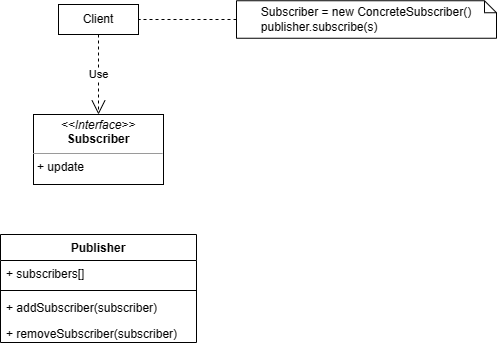
MurilowJr/bertoti keeps this draw.io diagram as padroes-de-projetos/ObserverUml.png. Above is the earlier version. Source tidied: cells renumbered, new cells last; positions are measured from the earlier drawing's top-left corner, leaving out a move shared by most shapes.
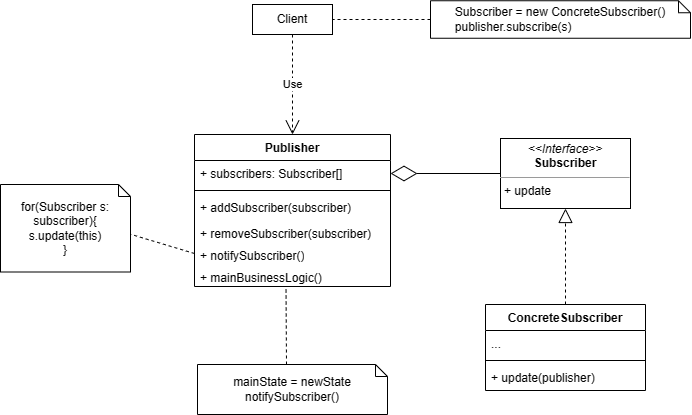
Above is the later version.

Diff of the diagram source:
```diff
@@ -3,9 +3,9 @@
     <mxCell id="0" />
     <mxCell id="1" parent="0" />
     <mxCell id="2" value="Publisher" style="swimlane;fontStyle=1;align=center;verticalAlign=top;horizontal=1;startSize=26;whiteSpace=wrap;html=1;swimlaneFillColor=default;" parent="1" vertex="1">
-      <mxGeometry y="234" width="196" height="108" as="geometry" />
+      <mxGeometry y="134" width="196" height="152" as="geometry" />
     </mxCell>
-    <mxCell id="3" value="+ subscribers[]" style="text;align=left;verticalAlign=top;spacingLeft=4;spacingRight=4;overflow=hidden;points=[[0,0.5],[1,0.5]];portConstraint=eastwest;whiteSpace=wrap;html=1;swimlaneFillColor=default;" parent="2" vertex="1">
+    <mxCell id="3" value="+ subscribers: Subscriber[]" style="text;align=left;verticalAlign=top;spacingLeft=4;spacingRight=4;overflow=hidden;points=[[0,0.5],[1,0.5]];portConstraint=eastwest;whiteSpace=wrap;html=1;swimlaneFillColor=default;" parent="2" vertex="1">
       <mxGeometry y="26" width="196" height="26" as="geometry" />
     </mxCell>
     <mxCell id="4" style="line;strokeWidth=1;align=left;verticalAlign=middle;spacingTop=-1;spacingLeft=3;spacingRight=3;labelPosition=right;swimlaneFillColor=default;" parent="2" vertex="1">
@@ -17,13 +17,19 @@
     <mxCell id="6" value="+ removeSubscriber(subscriber)" style="text;align=left;verticalAlign=top;spacingLeft=4;spacingRight=4;overflow=hidden;whiteSpace=wrap;html=1;swimlaneFillColor=default;" parent="2" vertex="1">
       <mxGeometry y="86" width="196" height="22" as="geometry" />
     </mxCell>
+    <mxCell id="12" value="+ notifySubscriber()" style="text;align=left;verticalAlign=top;spacingLeft=4;spacingRight=4;overflow=hidden;points=[[0,0.5],[1,0.5]];portConstraint=eastwest;whiteSpace=wrap;html=1;swimlaneFillColor=default;" parent="2" vertex="1">
+      <mxGeometry y="108" width="196" height="22" as="geometry" />
+    </mxCell>
+    <mxCell id="13" value="+ mainBusinessLogic()" style="text;align=left;verticalAlign=top;spacingLeft=4;spacingRight=4;overflow=hidden;points=[[0,0.5],[1,0.5]];portConstraint=eastwest;whiteSpace=wrap;html=1;swimlaneFillColor=default;" parent="2" vertex="1">
+      <mxGeometry y="130" width="196" height="22" as="geometry" />
+    </mxCell>
     <mxCell id="7" value="&lt;p style=&quot;margin:0px;margin-top:4px;text-align:center;&quot;&gt;&lt;i&gt;&amp;lt;&amp;lt;Interface&amp;gt;&amp;gt;&lt;/i&gt;&lt;br&gt;&lt;b&gt;Subscriber&lt;/b&gt;&lt;/p&gt;&lt;hr size=&quot;1&quot;&gt;&lt;p style=&quot;margin:0px;margin-left:4px;&quot;&gt;+ update&lt;/p&gt;" style="verticalAlign=top;align=left;overflow=fill;fontSize=12;fontFamily=Helvetica;html=1;whiteSpace=wrap;" parent="1" vertex="1">
-      <mxGeometry x="33" y="114" width="130" height="70" as="geometry" />
+      <mxGeometry x="306" y="138" width="130" height="70" as="geometry" />
     </mxCell>
     <mxCell id="8" value="Client" style="html=1;whiteSpace=wrap;" parent="1" vertex="1">
       <mxGeometry x="58" y="4" width="80" height="30" as="geometry" />
     </mxCell>
-    <mxCell id="9" value="Use" style="endArrow=open;endSize=12;dashed=1;html=1;rounded=0;exitX=0.5;exitY=1;exitDx=0;exitDy=0;entryX=0.5;entryY=0;entryDx=0;entryDy=0;" parent="1" edge="1" source="8" target="7">
+    <mxCell id="9" value="Use" style="endArrow=open;endSize=12;dashed=1;html=1;rounded=0;exitX=0.5;exitY=1;exitDx=0;exitDy=0;entryX=0.5;entryY=0;entryDx=0;entryDy=0;" parent="1" edge="1" source="8" target="2">
       <mxGeometry relative="1" as="geometry" />
     </mxCell>
     <mxCell id="10" value="Subscriber = new ConcreteSubscriber()&lt;br&gt;&lt;div style=&quot;text-align: left;&quot;&gt;&lt;span style=&quot;background-color: initial;&quot;&gt;publisher.subscribe(s)&lt;/span&gt;&lt;/div&gt;" style="shape=note;size=12;whiteSpace=wrap;html=1;" parent="1" vertex="1">
@@ -32,5 +38,35 @@
     <mxCell id="11" style="endArrow=none;dashed=1;html=1;rounded=0;entryX=1;entryY=0.5;entryDx=0;entryDy=0;exitX=0;exitY=0.5;exitDx=0;exitDy=0;exitPerimeter=0;" parent="1" edge="1" source="10" target="8">
       <mxGeometry relative="1" as="geometry" />
     </mxCell>
+    <mxCell id="14" style="endArrow=diamondThin;endFill=0;endSize=24;html=1;rounded=0;entryX=1;entryY=0.5;entryDx=0;entryDy=0;exitX=0;exitY=0.5;exitDx=0;exitDy=0;" parent="1" edge="1" source="7" target="3">
+      <mxGeometry relative="1" as="geometry" />
+    </mxCell>
+    <mxCell id="15" style="endArrow=none;dashed=1;html=1;rounded=0;exitX=0;exitY=0.5;exitDx=0;exitDy=0;entryX=0;entryY=0;entryDx=130;entryDy=49.75;entryPerimeter=0;" parent="1" edge="1" source="12" target="16">
+      <mxGeometry relative="1" as="geometry" />
+    </mxCell>
+    <mxCell id="16" value="for(Subscriber s: subscriber){&lt;br&gt;s.update(this)&lt;br&gt;}" style="shape=note;size=12;whiteSpace=wrap;html=1;" parent="1" vertex="1">
+      <mxGeometry x="-194" y="184" width="130" height="87.5" as="geometry" />
+    </mxCell>
+    <mxCell id="17" value="ConcreteSubscriber" style="swimlane;fontStyle=1;align=center;verticalAlign=top;horizontal=1;startSize=26;whiteSpace=wrap;html=1;swimlaneFillColor=default;" parent="1" vertex="1">
+      <mxGeometry x="291" y="304" width="160" height="86" as="geometry" />
+    </mxCell>
+    <mxCell id="18" value="..." style="text;strokeColor=none;fillColor=none;align=left;verticalAlign=top;spacingLeft=4;spacingRight=4;overflow=hidden;whiteSpace=wrap;html=1;" parent="17" vertex="1">
+      <mxGeometry y="26" width="160" height="26" as="geometry" />
+    </mxCell>
+    <mxCell id="19" style="line;strokeWidth=1;fillColor=none;align=left;verticalAlign=middle;spacingTop=-1;spacingLeft=3;spacingRight=3;labelPosition=right;strokeColor=inherit;" parent="17" vertex="1">
+      <mxGeometry y="52" width="160" height="8" as="geometry" />
+    </mxCell>
+    <mxCell id="20" value="+ update(publisher)" style="text;strokeColor=none;fillColor=none;align=left;verticalAlign=top;spacingLeft=4;spacingRight=4;overflow=hidden;whiteSpace=wrap;html=1;" parent="17" vertex="1">
+      <mxGeometry y="60" width="160" height="26" as="geometry" />
+    </mxCell>
+    <mxCell id="21" style="endArrow=block;dashed=1;endFill=0;endSize=12;html=1;rounded=0;exitX=0.5;exitY=0;exitDx=0;exitDy=0;entryX=0.5;entryY=1;entryDx=0;entryDy=0;" parent="1" edge="1" source="17" target="7">
+      <mxGeometry relative="1" as="geometry" />
+    </mxCell>
+    <mxCell id="22" value="mainState = newState&lt;br&gt;notifySubscriber()" style="shape=note;size=12;whiteSpace=wrap;html=1;" parent="1" vertex="1">
+      <mxGeometry x="3" y="364" width="190" height="50" as="geometry" />
+    </mxCell>
+    <mxCell id="23" style="endArrow=none;dashed=1;html=1;rounded=0;exitX=0;exitY=0;exitDx=89;exitDy=0;entryX=0.467;entryY=1.128;entryDx=0;entryDy=0;entryPerimeter=0;exitPerimeter=0;" parent="1" edge="1" source="22" target="13">
+      <mxGeometry relative="1" as="geometry" />
+    </mxCell>
   </root>
 </mxGraphModel>
```
